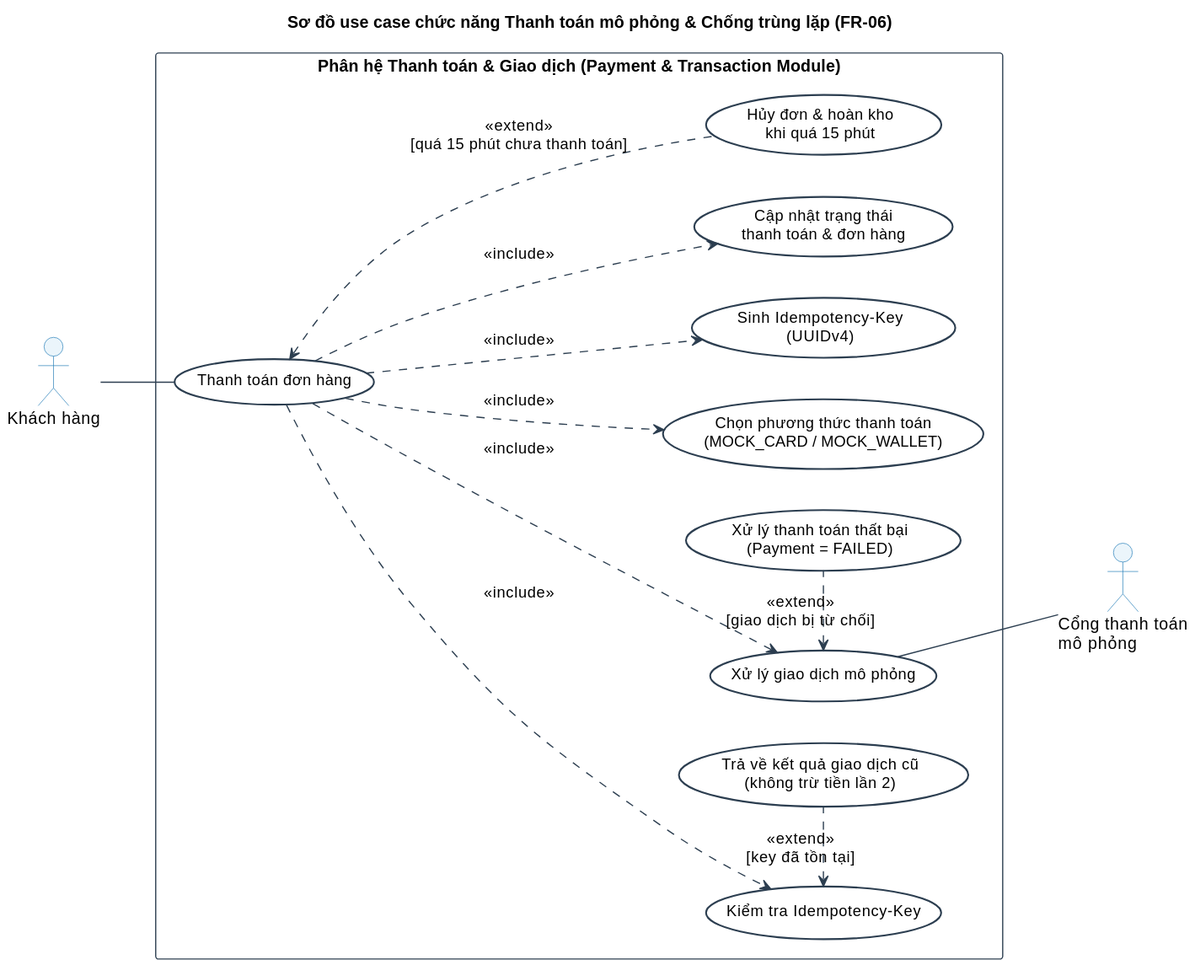
Earlier version of the PlantUML export docs/diagrams/payment/usecase-payment.svg (Phuc280106/BrewLite2). The source it was exported from:
```plantuml
@startuml
left to right direction

skinparam usecase {
    BackgroundColor #FFFFFF
    BorderColor #2C3E50
    BorderThickness 1.5
    FontSize 13
}
skinparam actor {
    BackgroundColor #EBF5FB
    BorderColor #2980B9
}
skinparam rectangle {
    BorderColor #2C3E50
}
skinparam ArrowColor #2C3E50

title Sơ đồ use case chức năng Thanh toán mô phỏng & Chống trùng lặp (FR-06)

actor "Khách hàng" as Customer
actor "Cổng thanh toán\nmô phỏng" as Gateway

rectangle "Phân hệ Thanh toán & Giao dịch (Payment & Transaction Module)" {
    usecase "Thanh toán đơn hàng" as UC_Pay

    usecase "Chọn phương thức thanh toán\n(MOCK_CARD / MOCK_WALLET)" as UC_Method
    usecase "Sinh Idempotency-Key\n(UUIDv4)" as UC_GenKey
    usecase "Kiểm tra Idempotency-Key" as UC_CheckKey
    usecase "Xử lý giao dịch mô phỏng" as UC_Process
    usecase "Cập nhật trạng thái\nthanh toán & đơn hàng" as UC_Update

    usecase "Trả về kết quả giao dịch cũ\n(không trừ tiền lần 2)" as UC_Replay
    usecase "Xử lý thanh toán thất bại\n(Payment = FAILED)" as UC_Fail
    usecase "Hủy đơn & hoàn kho\nkhi quá 15 phút" as UC_Timeout
}

Customer -- UC_Pay
UC_Fail -[hidden]right- Gateway
UC_Process -- Gateway

UC_Pay ..> UC_Method : <<include>>
UC_Pay ..> UC_GenKey : <<include>>
UC_Pay ..> UC_CheckKey : <<include>>
UC_Pay ..> UC_Process : <<include>>
UC_Pay ..> UC_Update : <<include>>

UC_Replay .left.> UC_CheckKey : <<extend>>\n[key đã tồn tại]
UC_Fail .left.> UC_Process : <<extend>>\n[giao dịch bị từ chối]
UC_Timeout .up.> UC_Pay : <<extend>>\n[quá 15 phút chưa thanh toán]
@enduml
```
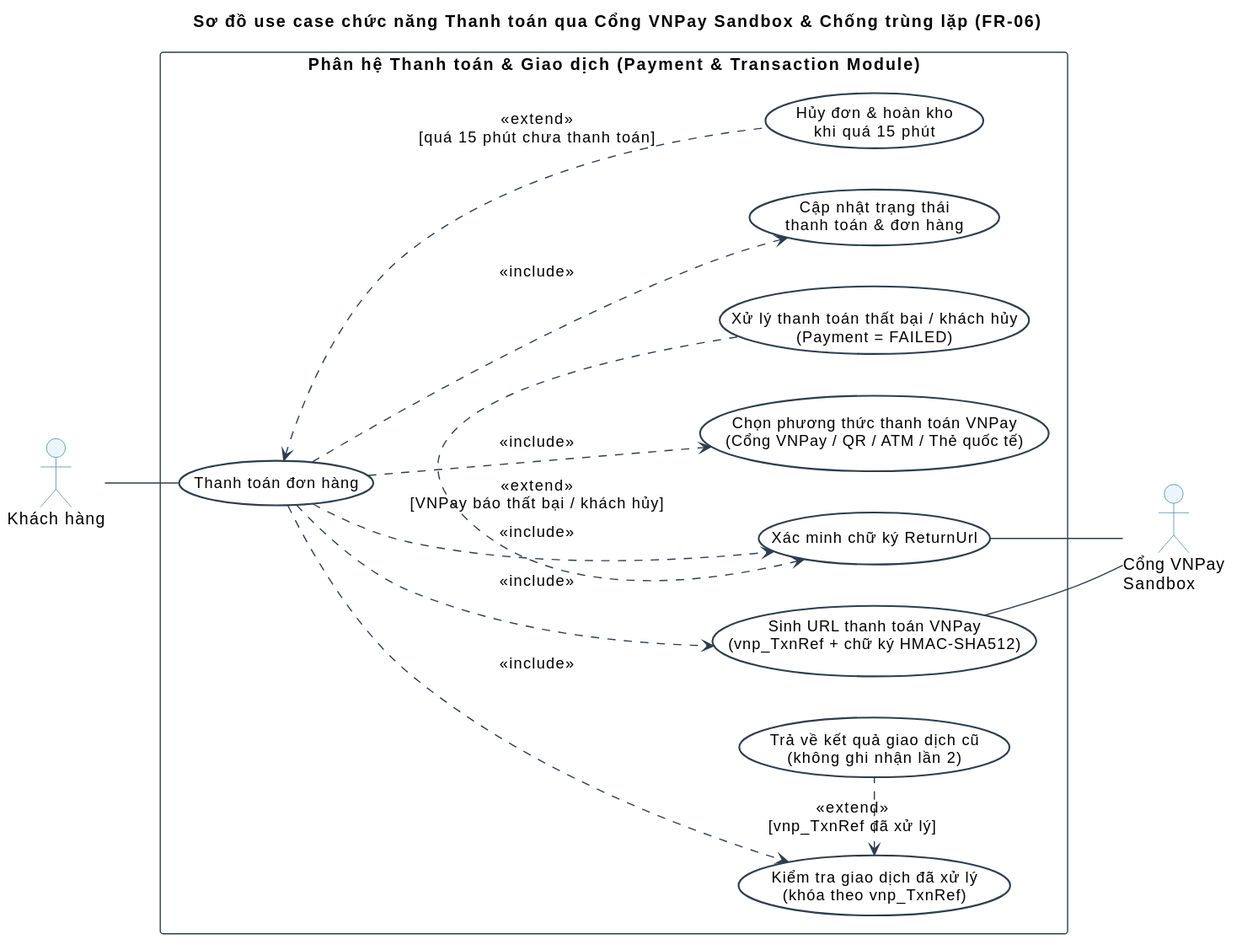
The same diagram one commit later.

Commit message:
docs(diagrams): chỉnh sửa sơ đồ activity, sequence, usecase cho payment

Change to the diagram source:
```diff
@@ -16,36 +16,37 @@
 }
 skinparam ArrowColor #2C3E50
 
-title Sơ đồ use case chức năng Thanh toán mô phỏng & Chống trùng lặp (FR-06)
+title Sơ đồ use case chức năng Thanh toán qua Cổng VNPay Sandbox & Chống trùng lặp (FR-06)
 
 actor "Khách hàng" as Customer
-actor "Cổng thanh toán\nmô phỏng" as Gateway
+actor "Cổng VNPay\nSandbox" as Gateway
 
 rectangle "Phân hệ Thanh toán & Giao dịch (Payment & Transaction Module)" {
     usecase "Thanh toán đơn hàng" as UC_Pay
 
-    usecase "Chọn phương thức thanh toán\n(MOCK_CARD / MOCK_WALLET)" as UC_Method
-    usecase "Sinh Idempotency-Key\n(UUIDv4)" as UC_GenKey
-    usecase "Kiểm tra Idempotency-Key" as UC_CheckKey
-    usecase "Xử lý giao dịch mô phỏng" as UC_Process
+    usecase "Chọn phương thức thanh toán VNPay\n(Cổng VNPay / QR / ATM / Thẻ quốc tế)" as UC_Method
+    usecase "Sinh URL thanh toán VNPay\n(vnp_TxnRef + chữ ký HMAC-SHA512)" as UC_CreateUrl
+    usecase "Xác minh chữ ký ReturnUrl" as UC_Verify
+    usecase "Kiểm tra giao dịch đã xử lý\n(khóa theo vnp_TxnRef)" as UC_CheckKey
     usecase "Cập nhật trạng thái\nthanh toán & đơn hàng" as UC_Update
 
-    usecase "Trả về kết quả giao dịch cũ\n(không trừ tiền lần 2)" as UC_Replay
-    usecase "Xử lý thanh toán thất bại\n(Payment = FAILED)" as UC_Fail
+    usecase "Trả về kết quả giao dịch cũ\n(không ghi nhận lần 2)" as UC_Replay
+    usecase "Xử lý thanh toán thất bại / khách hủy\n(Payment = FAILED)" as UC_Fail
     usecase "Hủy đơn & hoàn kho\nkhi quá 15 phút" as UC_Timeout
 }
 
 Customer -- UC_Pay
 UC_Fail -[hidden]right- Gateway
-UC_Process -- Gateway
+UC_CreateUrl -- Gateway
+UC_Verify -- Gateway
 
 UC_Pay ..> UC_Method : <<include>>
-UC_Pay ..> UC_GenKey : <<include>>
+UC_Pay ..> UC_CreateUrl : <<include>>
+UC_Pay ..> UC_Verify : <<include>>
 UC_Pay ..> UC_CheckKey : <<include>>
-UC_Pay ..> UC_Process : <<include>>
 UC_Pay ..> UC_Update : <<include>>
 
-UC_Replay .left.> UC_CheckKey : <<extend>>\n[key đã tồn tại]
-UC_Fail .left.> UC_Process : <<extend>>\n[giao dịch bị từ chối]
+UC_Replay .left.> UC_CheckKey : <<extend>>\n[vnp_TxnRef đã xử lý]
+UC_Fail .left.> UC_Verify : <<extend>>\n[VNPay báo thất bại / khách hủy]
 UC_Timeout .up.> UC_Pay : <<extend>>\n[quá 15 phút chưa thanh toán]
 @enduml
```
